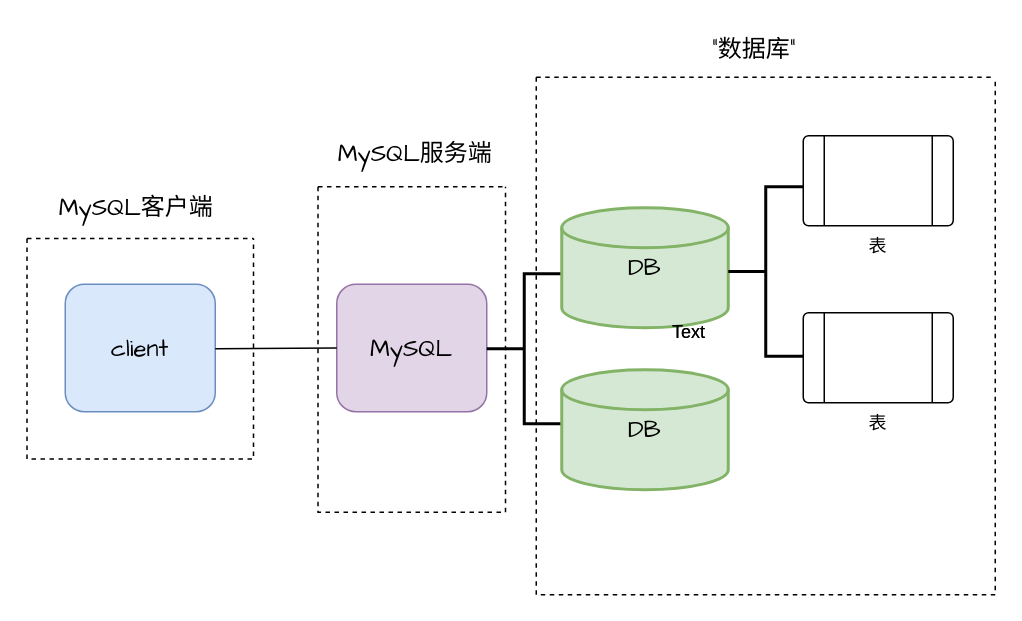
Above: Picture/databases.drawio in Merrill99/Linux-practice-codes (draw.io), before the change. Source tidied: cells renumbered, new cells numbered last; positions are measured from the earlier drawing's top-left corner, leaving out a move shared by most shapes. Both pictures are drawn from the tidied source at 150%, with x=0, y=0 at pixel (26, 26).
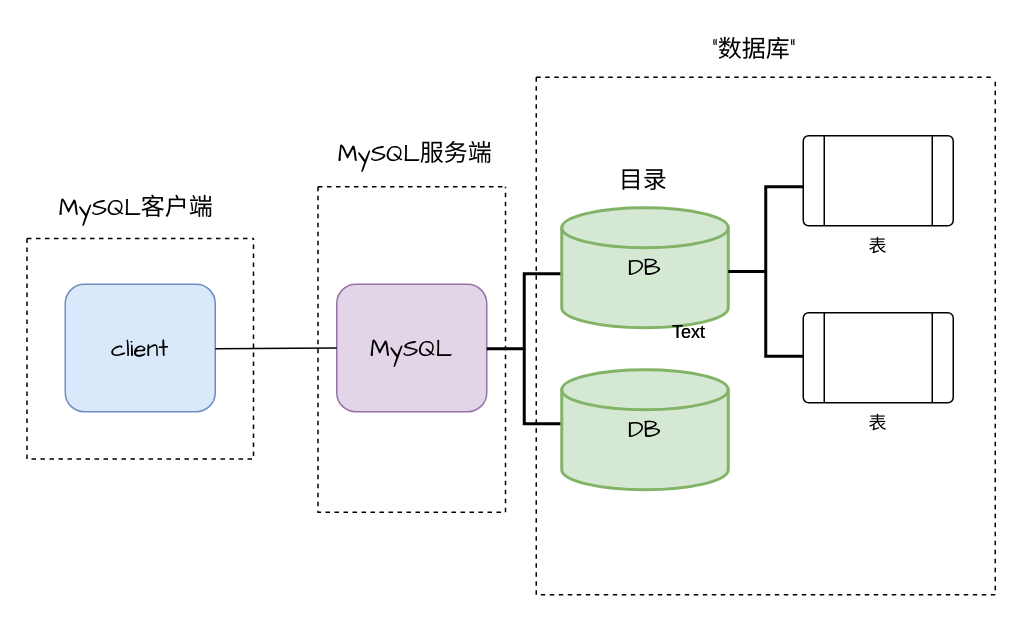
The same diagram, later.

Change to the diagram source:
```diff
@@
+    <mxCell id="19" value="&lt;font style=&quot;font-size: 16px;&quot; face=&quot;Comic Sans MS&quot;&gt;目录&lt;/font&gt;" style="text;html=1;align=center;verticalAlign=middle;strokeColor=none;fillColor=none;" parent="1" vertex="1">
+      <mxGeometry x="386" y="87.5" width="50" height="31" as="geometry" />
+    </mxCell>
```
